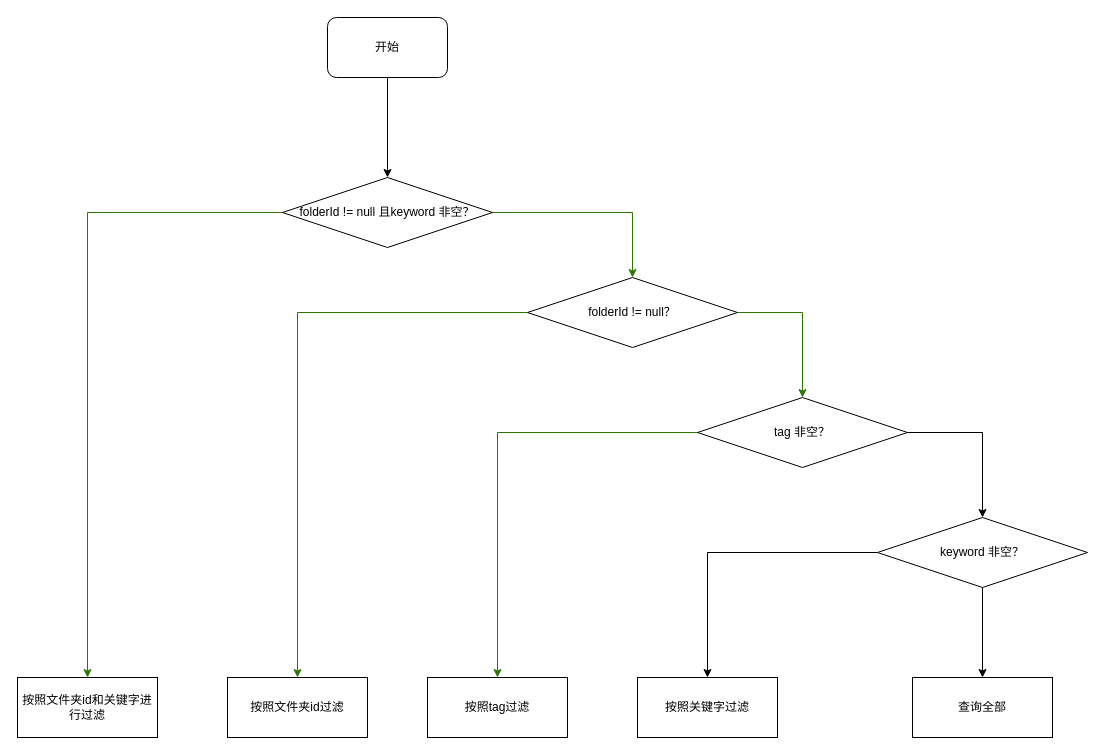
Earlier version of the draw.io diagram 文件展示程序流程图.drawio (SeekLife0/diagrams). Source tidied: cells renumbered, new cells numbered last; positions are measured from the earlier drawing's top-left corner, leaving out a move shared by most shapes. Both pictures are drawn from the tidied source at 100%, with x=0, y=0 at pixel (17, 17).
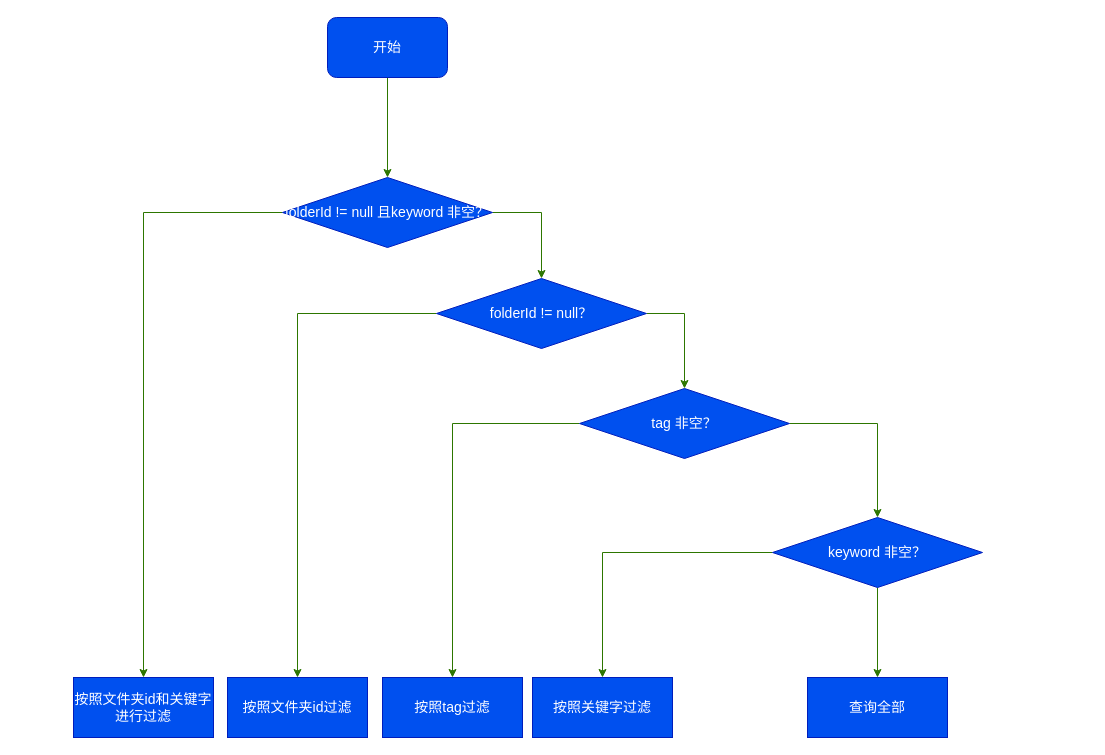
After the change.

Commit message (it also covers changes not shown here):
更新文件展示程序流程图.drawio

What changed in the source:
```diff
@@
-<mxGraphModel>
+<mxGraphModel background="light-dark(#FFFFFF,#FFFFFF)">
@@
-    <mxCell id="2" style="edgeStyle=orthogonalEdgeStyle;rounded=0;jettySize=auto;html=1;exitX=0.5;exitY=1;exitDx=0;exitDy=0;entryX=0.5;entryY=0;entryDx=0;entryDy=0;" parent="1" edge="1" source="3" target="6">
+    <mxCell id="2" style="edgeStyle=orthogonalEdgeStyle;rounded=0;jettySize=auto;html=1;exitX=0.5;exitY=1;exitDx=0;exitDy=0;entryX=0.5;entryY=0;entryDx=0;entryDy=0;fillColor=#60a917;strokeColor=#2D7600;" parent="1" edge="1" source="3" target="6">
       <mxGeometry relative="1" as="geometry" />
     </mxCell>
-    <mxCell id="3" value="开始" style="rounded=1;whiteSpace=wrap;html=1;" parent="1" vertex="1">
+    <mxCell id="3" value="开始" style="rounded=1;whiteSpace=wrap;html=1;fillColor=#0050ef;fontColor=#ffffff;strokeColor=#001DBC;fontSize=14;" parent="1" vertex="1">
       <mxGeometry x="310" width="120" height="60" as="geometry" />
     </mxCell>
@@
-    <mxCell id="6" value="folderId != null 且keyword 非空？" style="rhombus;whiteSpace=wrap;html=1;shapeInside=1;" parent="1" vertex="1">
+    <mxCell id="6" value="folderId != null 且keyword 非空？" style="rhombus;whiteSpace=wrap;html=1;shapeInside=1;fillColor=#0050ef;fontColor=#ffffff;strokeColor=#001DBC;fontSize=14;" parent="1" vertex="1">
       <mxGeometry x="265" y="160" width="210" height="70" as="geometry" />
     </mxCell>
@@
-    <mxCell id="9" value="&lt;div&gt;folderId != null？&lt;/div&gt;" style="rhombus;whiteSpace=wrap;html=1;shapeInside=1;" parent="1" vertex="1">
-      <mxGeometry x="510" y="260" width="210" height="70" as="geometry" />
+    <mxCell id="9" value="&lt;div&gt;folderId != null？&lt;/div&gt;" style="rhombus;whiteSpace=wrap;html=1;shapeInside=1;fillColor=#0050ef;fontColor=#ffffff;strokeColor=#001DBC;fontSize=14;" parent="1" vertex="1">
+      <mxGeometry x="419" y="261" width="210" height="70" as="geometry" />
     </mxCell>
-    <mxCell id="10" value="按照文件夹id和关键字进行过滤" style="rounded=0;whiteSpace=wrap;html=1;" parent="1" vertex="1">
-      <mxGeometry y="660" width="140" height="60" as="geometry" />
+    <mxCell id="10" value="按照文件夹id和关键字进行过滤" style="rounded=0;whiteSpace=wrap;html=1;fillColor=#0050ef;fontColor=#ffffff;strokeColor=#001DBC;fontSize=14;" parent="1" vertex="1">
+      <mxGeometry x="56" y="660" width="140" height="60" as="geometry" />
     </mxCell>
-    <mxCell id="11" value="按照文件夹id过滤" style="rounded=0;whiteSpace=wrap;html=1;" parent="1" vertex="1">
+    <mxCell id="11" value="按照文件夹id过滤" style="rounded=0;whiteSpace=wrap;html=1;fillColor=#0050ef;fontColor=#ffffff;strokeColor=#001DBC;fontSize=14;" parent="1" vertex="1">
       <mxGeometry x="210" y="660" width="140" height="60" as="geometry" />
     </mxCell>
@@
-    <mxCell id="13" style="edgeStyle=orthogonalEdgeStyle;rounded=0;jettySize=auto;html=1;exitX=1;exitY=0.5;exitDx=0;exitDy=0;entryX=0.5;entryY=0;entryDx=0;entryDy=0;" parent="1" edge="1" source="14" target="18">
+    <mxCell id="13" style="edgeStyle=orthogonalEdgeStyle;rounded=0;jettySize=auto;html=1;exitX=1;exitY=0.5;exitDx=0;exitDy=0;entryX=0.5;entryY=0;entryDx=0;entryDy=0;fillColor=#60a917;strokeColor=#2D7600;" parent="1" edge="1" source="14" target="18">
       <mxGeometry relative="1" as="geometry" />
     </mxCell>
-    <mxCell id="14" value="tag 非空？" style="rhombus;whiteSpace=wrap;html=1;shapeInside=1;" parent="1" vertex="1">
-      <mxGeometry x="680" y="380" width="210" height="70" as="geometry" />
+    <mxCell id="14" value="tag 非空？" style="rhombus;whiteSpace=wrap;html=1;shapeInside=1;fillColor=#0050ef;fontColor=#ffffff;strokeColor=#001DBC;fontSize=14;" parent="1" vertex="1">
+      <mxGeometry x="562" y="371" width="210" height="70" as="geometry" />
     </mxCell>
-    <mxCell id="15" value="按照tag过滤" style="rounded=0;whiteSpace=wrap;html=1;" parent="1" vertex="1">
-      <mxGeometry x="410" y="660" width="140" height="60" as="geometry" />
+    <mxCell id="15" value="按照tag过滤" style="rounded=0;whiteSpace=wrap;html=1;fillColor=#0050ef;fontColor=#ffffff;strokeColor=#001DBC;fontSize=14;" parent="1" vertex="1">
+      <mxGeometry x="365" y="660" width="140" height="60" as="geometry" />
     </mxCell>
-    <mxCell id="16" style="edgeStyle=orthogonalEdgeStyle;rounded=0;jettySize=auto;html=1;exitX=0;exitY=0.5;exitDx=0;exitDy=0;entryX=0.5;entryY=0;entryDx=0;entryDy=0;" parent="1" edge="1" source="18" target="19">
+    <mxCell id="16" style="edgeStyle=orthogonalEdgeStyle;rounded=0;jettySize=auto;html=1;exitX=0;exitY=0.5;exitDx=0;exitDy=0;entryX=0.5;entryY=0;entryDx=0;entryDy=0;fillColor=#60a917;strokeColor=#2D7600;" parent="1" edge="1" source="18" target="19">
       <mxGeometry relative="1" as="geometry" />
     </mxCell>
-    <mxCell id="17" style="edgeStyle=orthogonalEdgeStyle;rounded=0;jettySize=auto;html=1;exitX=0.5;exitY=1;exitDx=0;exitDy=0;entryX=0.5;entryY=0;entryDx=0;entryDy=0;" parent="1" edge="1" source="18" target="20">
+    <mxCell id="17" style="edgeStyle=orthogonalEdgeStyle;rounded=0;jettySize=auto;html=1;exitX=0.5;exitY=1;exitDx=0;exitDy=0;entryX=0.5;entryY=0;entryDx=0;entryDy=0;fillColor=#60a917;strokeColor=#2D7600;" parent="1" edge="1" source="18" target="20">
       <mxGeometry relative="1" as="geometry" />
     </mxCell>
-    <mxCell id="18" value="keyword 非空？" style="rhombus;whiteSpace=wrap;html=1;shapeInside=1;" parent="1" vertex="1">
-      <mxGeometry x="860" y="500" width="210" height="70" as="geometry" />
+    <mxCell id="18" value="keyword 非空？" style="rhombus;whiteSpace=wrap;html=1;shapeInside=1;fillColor=#0050ef;fontColor=#ffffff;strokeColor=#001DBC;fontSize=14;" parent="1" vertex="1">
+      <mxGeometry x="755" y="500" width="210" height="70" as="geometry" />
     </mxCell>
-    <mxCell id="19" value="按照关键字过滤" style="rounded=0;whiteSpace=wrap;html=1;" parent="1" vertex="1">
-      <mxGeometry x="620" y="660" width="140" height="60" as="geometry" />
+    <mxCell id="19" value="按照关键字过滤" style="rounded=0;whiteSpace=wrap;html=1;fillColor=#0050ef;fontColor=#ffffff;strokeColor=#001DBC;fontSize=14;" parent="1" vertex="1">
+      <mxGeometry x="515" y="660" width="140" height="60" as="geometry" />
     </mxCell>
-    <mxCell id="20" value="查询全部" style="rounded=0;whiteSpace=wrap;html=1;" parent="1" vertex="1">
-      <mxGeometry x="895" y="660" width="140" height="60" as="geometry" />
+    <mxCell id="20" value="查询全部" style="rounded=0;whiteSpace=wrap;html=1;fillColor=#0050ef;fontColor=#ffffff;strokeColor=#001DBC;fontSize=14;" parent="1" vertex="1">
+      <mxGeometry x="790" y="660" width="140" height="60" as="geometry" />
     </mxCell>
```
